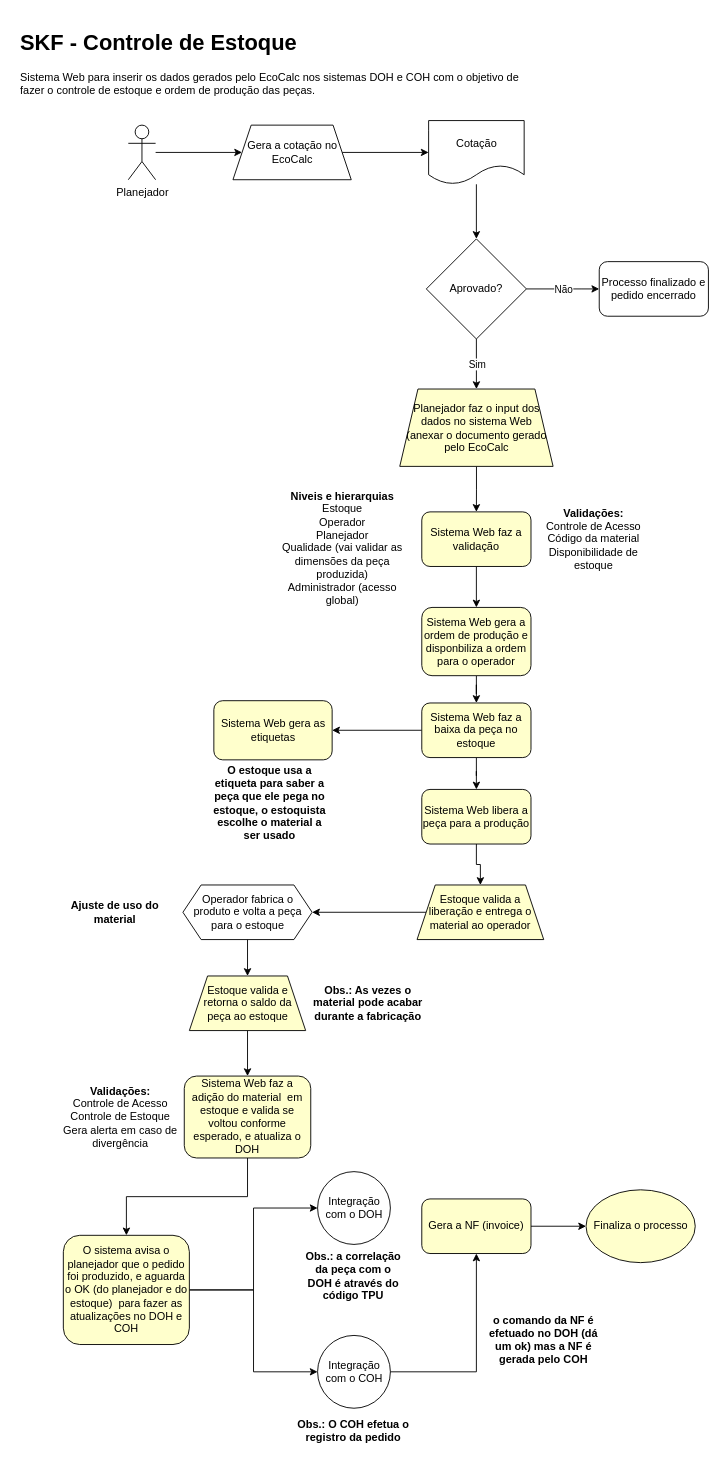
Above: maps/SKF 2.drawio in marioalboy/techinfos (draw.io), before the change. Source tidied: cells renumbered, new cells numbered last; positions are measured from the earlier drawing's top-left corner, leaving out a move shared by most shapes. Both pictures are drawn from the tidied source at 91%, with x=0, y=0 at pixel (15, 25).
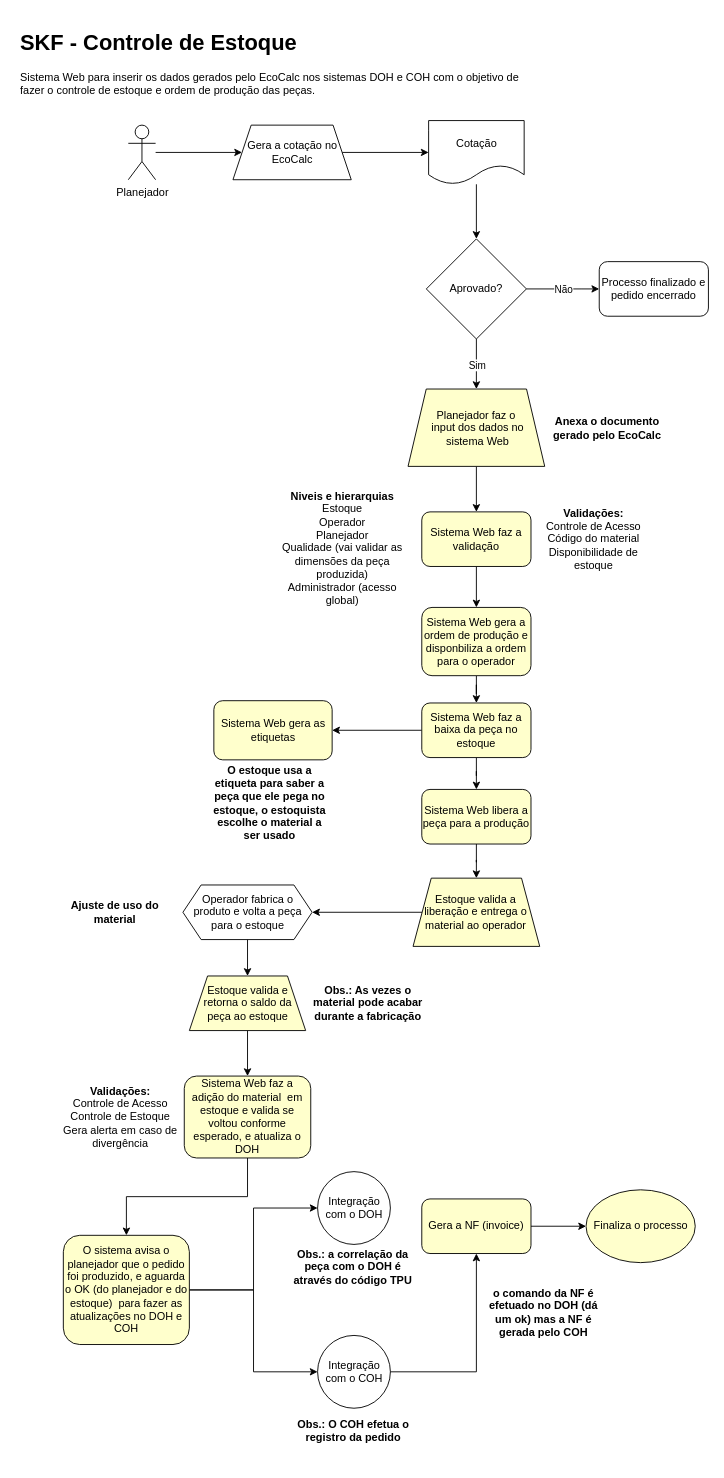
After the change.

Diff of the diagram source:
```diff
@@
-    <mxCell id="9" value="Planejador faz o input dos dados no sistema Web&lt;br&gt;(anexar o documento gerado pelo EcoCalc" style="shape=trapezoid;perimeter=trapezoidPerimeter;whiteSpace=wrap;html=1;fixedSize=1;fillColor=#FFFFCC;" parent="1" vertex="1">
-      <mxGeometry x="421.8" y="400" width="168.5" height="85" as="geometry" />
+    <mxCell id="9" value="Planejador faz o&lt;br&gt;&amp;nbsp;input dos dados no&lt;br&gt;&amp;nbsp;sistema Web" style="shape=trapezoid;perimeter=trapezoidPerimeter;whiteSpace=wrap;html=1;fixedSize=1;fillColor=#FFFFCC;size=20;" parent="1" vertex="1">
+      <mxGeometry x="430.9" y="400" width="150.2" height="85" as="geometry" />
     </mxCell>
@@
-    <mxCell id="27" value="&lt;div&gt;&lt;b&gt;Validações:&lt;/b&gt;&lt;/div&gt;&lt;div&gt;Controle de Acesso&lt;/div&gt;&lt;div&gt;Código da material&lt;/div&gt;&lt;div&gt;Disponibilidade de estoque&lt;/div&gt;" style="text;html=1;strokeColor=none;fillColor=none;align=center;verticalAlign=middle;whiteSpace=wrap;rounded=0;" parent="1" vertex="1">
+    <mxCell id="27" value="&lt;div&gt;&lt;b&gt;Validações:&lt;/b&gt;&lt;/div&gt;&lt;div&gt;Controle de Acesso&lt;/div&gt;&lt;div&gt;Código do material&lt;/div&gt;&lt;div&gt;Disponibilidade de estoque&lt;/div&gt;" style="text;html=1;strokeColor=none;fillColor=none;align=center;verticalAlign=middle;whiteSpace=wrap;rounded=0;" parent="1" vertex="1">
       <mxGeometry x="566" y="517" width="137.5" height="96" as="geometry" />
     </mxCell>
@@
     <mxCell id="31" value="Estoque valida a liberação e entrega o material ao operador" style="shape=trapezoid;perimeter=trapezoidPerimeter;whiteSpace=wrap;html=1;fixedSize=1;fillColor=#FFFFCC;" parent="1" vertex="1">
-      <mxGeometry x="440.8" y="945" width="139.2" height="60" as="geometry" />
+      <mxGeometry x="436.4" y="937.5" width="139.2" height="75" as="geometry" />
     </mxCell>
@@
     <mxCell id="48" value="&lt;b&gt;Obs.: a correlação da peça com o DOH é através do código TPU&lt;/b&gt;" style="text;html=1;strokeColor=none;fillColor=none;align=center;verticalAlign=middle;whiteSpace=wrap;rounded=0;" parent="1" vertex="1">
-      <mxGeometry x="314.9" y="1340" width="111.6" height="70" as="geometry" />
+      <mxGeometry x="298.1" y="1330" width="145.1" height="70" as="geometry" />
     </mxCell>
     <mxCell id="49" value="&lt;b&gt;o comando da NF é efetuado no DOH (dá um ok) mas a NF é gerada pelo COH&lt;/b&gt;" style="text;html=1;strokeColor=none;fillColor=none;align=center;verticalAlign=middle;whiteSpace=wrap;rounded=0;" parent="1" vertex="1">
-      <mxGeometry x="510" y="1410" width="140.2" height="70" as="geometry" />
+      <mxGeometry x="510" y="1380" width="140.2" height="70" as="geometry" />
     </mxCell>
@@
+    <mxCell id="53" value="&lt;b&gt;Anexa o documento gerado pelo EcoCalc&lt;/b&gt;" style="text;html=1;strokeColor=none;fillColor=none;align=center;verticalAlign=middle;whiteSpace=wrap;rounded=0;" parent="1" vertex="1">
+      <mxGeometry x="581.1" y="377.5" width="137.5" height="130" as="geometry" />
+    </mxCell>
```
